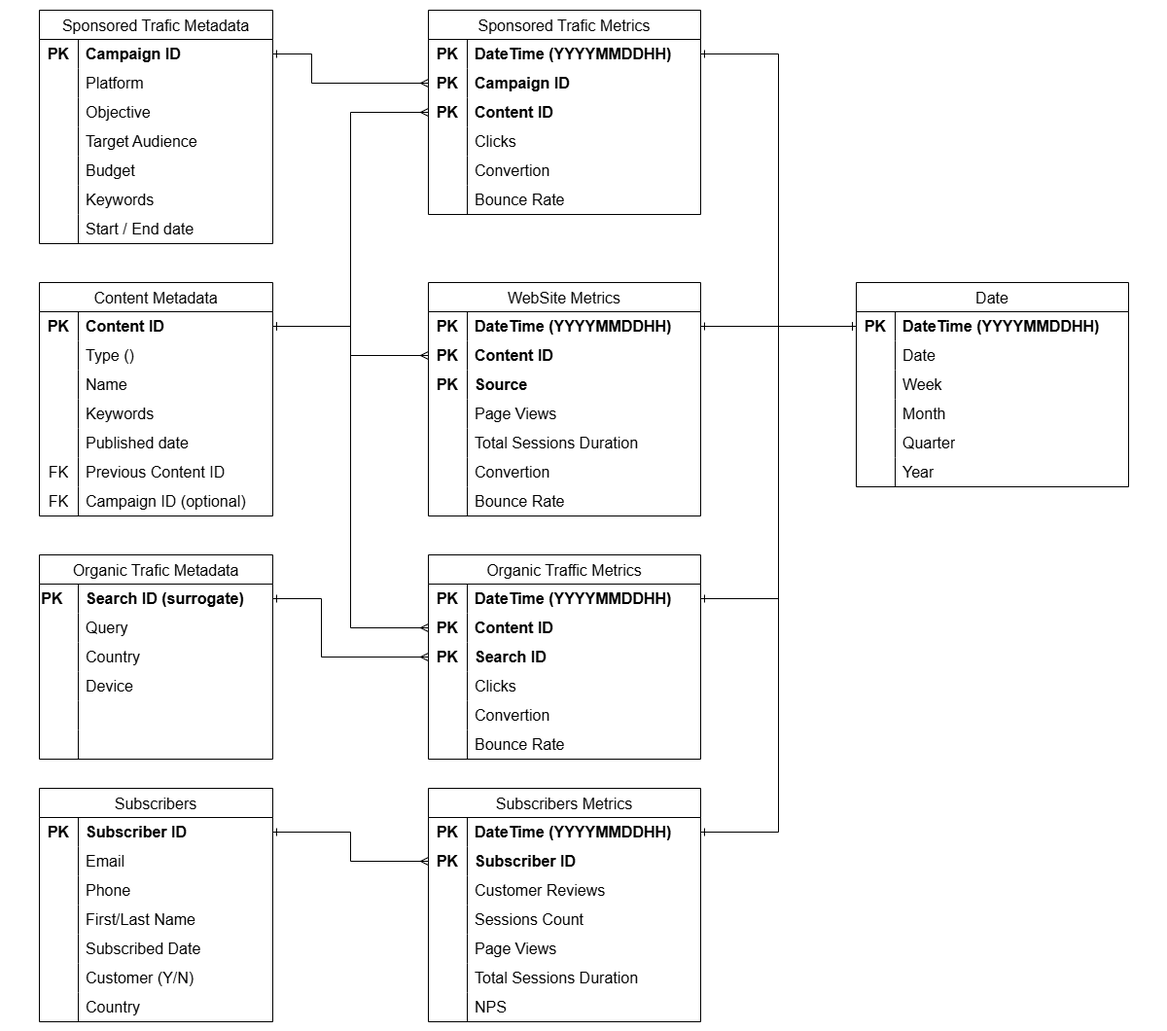
This is chapter-08/figure-8.11.drawio.png from software-architecture-guild/modeling-software-architecture, a draw.io export, as it was before one commit. Source tidied: cells renumbered, new cells last; positions are measured from the earlier drawing's top-left corner, leaving out a move shared by most shapes.
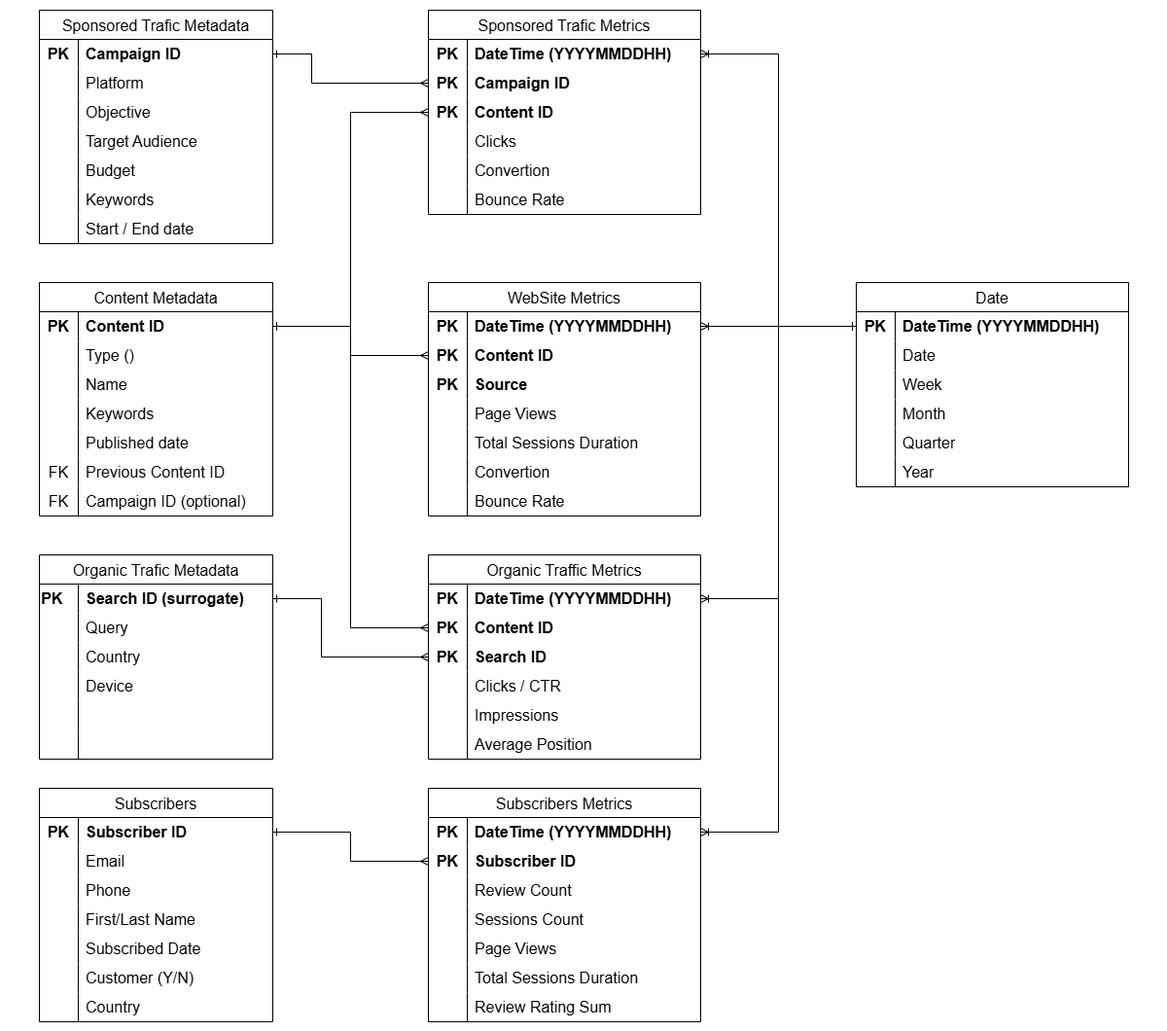
Later version of the same file.

Change to the diagram source:
```diff
@@ -155,7 +155,7 @@
     <mxCell id="52" style="shape=partialRectangle;html=1;whiteSpace=wrap;fillColor=none;top=0;left=0;bottom=0;right=0;overflow=hidden;strokeColor=inherit;fontSize=16;" parent="51" vertex="1">
       <mxGeometry width="40" height="30" as="geometry" />
     </mxCell>
-    <mxCell id="53" value="Customer Reviews" style="shape=partialRectangle;html=1;whiteSpace=wrap;fillColor=none;top=0;left=0;bottom=0;right=0;align=left;spacingLeft=6;overflow=hidden;strokeColor=inherit;fontSize=16;" parent="51" vertex="1">
+    <mxCell id="53" value="Review Count" style="shape=partialRectangle;html=1;whiteSpace=wrap;fillColor=none;top=0;left=0;bottom=0;right=0;align=left;spacingLeft=6;overflow=hidden;strokeColor=inherit;fontSize=16;" parent="51" vertex="1">
       <mxGeometry x="40" width="240" height="30" as="geometry" />
     </mxCell>
     <mxCell id="54" style="shape=tableRow;horizontal=0;startSize=0;swimlaneHead=0;swimlaneBody=0;top=0;left=0;bottom=0;right=0;fillColor=none;strokeColor=inherit;fontSize=16;" parent="44" vertex="1">
@@ -191,7 +191,7 @@
     <mxCell id="64" style="shape=partialRectangle;html=1;whiteSpace=wrap;fillColor=none;top=0;left=0;bottom=0;right=0;overflow=hidden;strokeColor=inherit;fontSize=16;" parent="63" vertex="1">
       <mxGeometry width="40" height="30" as="geometry" />
     </mxCell>
-    <mxCell id="65" value="NPS" style="shape=partialRectangle;html=1;whiteSpace=wrap;fillColor=none;top=0;left=0;bottom=0;right=0;align=left;spacingLeft=6;overflow=hidden;strokeColor=inherit;fontSize=16;" parent="63" vertex="1">
+    <mxCell id="65" value="Review Rating Sum" style="shape=partialRectangle;html=1;whiteSpace=wrap;fillColor=none;top=0;left=0;bottom=0;right=0;align=left;spacingLeft=6;overflow=hidden;strokeColor=inherit;fontSize=16;" parent="63" vertex="1">
       <mxGeometry x="40" width="240" height="30" as="geometry" />
     </mxCell>
     <mxCell id="66" value="Date" style="shape=table;startSize=30;rowLines=0;fontStyle=0;strokeColor=default;fontSize=16;" parent="1" vertex="1">
@@ -419,7 +419,7 @@
     <mxCell id="140" style="shape=partialRectangle;html=1;whiteSpace=wrap;fillColor=none;top=0;left=0;bottom=0;right=0;overflow=hidden;strokeColor=inherit;fontSize=16;" parent="139" vertex="1">
       <mxGeometry width="40" height="30" as="geometry" />
     </mxCell>
-    <mxCell id="141" value="Clicks" style="shape=partialRectangle;html=1;whiteSpace=wrap;fillColor=none;top=0;left=0;bottom=0;right=0;align=left;spacingLeft=6;overflow=hidden;strokeColor=inherit;fontSize=16;" parent="139" vertex="1">
+    <mxCell id="141" value="Clicks /&amp;nbsp;CTR" style="shape=partialRectangle;html=1;whiteSpace=wrap;fillColor=none;top=0;left=0;bottom=0;right=0;align=left;spacingLeft=6;overflow=hidden;strokeColor=inherit;fontSize=16;" parent="139" vertex="1">
       <mxGeometry x="40" width="240" height="30" as="geometry" />
     </mxCell>
     <mxCell id="142" style="shape=tableRow;horizontal=0;startSize=0;swimlaneHead=0;swimlaneBody=0;top=0;left=0;bottom=0;right=0;fillColor=none;strokeColor=inherit;fontSize=16;" parent="129" vertex="1">
@@ -428,7 +428,7 @@
     <mxCell id="143" style="shape=partialRectangle;html=1;whiteSpace=wrap;fillColor=none;top=0;left=0;bottom=0;right=0;overflow=hidden;strokeColor=inherit;fontSize=16;" parent="142" vertex="1">
       <mxGeometry width="40" height="30" as="geometry" />
     </mxCell>
-    <mxCell id="144" value="Convertion" style="shape=partialRectangle;html=1;whiteSpace=wrap;fillColor=none;top=0;left=0;bottom=0;right=0;align=left;spacingLeft=6;overflow=hidden;strokeColor=inherit;fontSize=16;" parent="142" vertex="1">
+    <mxCell id="144" value="Impressions" style="shape=partialRectangle;html=1;whiteSpace=wrap;fillColor=none;top=0;left=0;bottom=0;right=0;align=left;spacingLeft=6;overflow=hidden;strokeColor=inherit;fontSize=16;" parent="142" vertex="1">
       <mxGeometry x="40" width="240" height="30" as="geometry" />
     </mxCell>
     <mxCell id="145" style="shape=tableRow;horizontal=0;startSize=0;swimlaneHead=0;swimlaneBody=0;top=0;left=0;bottom=0;right=0;fillColor=none;strokeColor=inherit;fontSize=16;" parent="129" vertex="1">
@@ -437,7 +437,7 @@
     <mxCell id="146" style="shape=partialRectangle;html=1;whiteSpace=wrap;fillColor=none;top=0;left=0;bottom=0;right=0;overflow=hidden;strokeColor=inherit;fontSize=16;" parent="145" vertex="1">
       <mxGeometry width="40" height="30" as="geometry" />
     </mxCell>
-    <mxCell id="147" value="Bounce Rate" style="shape=partialRectangle;html=1;whiteSpace=wrap;fillColor=none;top=0;left=0;bottom=0;right=0;align=left;spacingLeft=6;overflow=hidden;strokeColor=inherit;fontSize=16;" parent="145" vertex="1">
+    <mxCell id="147" value="Average Position" style="shape=partialRectangle;html=1;whiteSpace=wrap;fillColor=none;top=0;left=0;bottom=0;right=0;align=left;spacingLeft=6;overflow=hidden;strokeColor=inherit;fontSize=16;" parent="145" vertex="1">
       <mxGeometry x="40" width="240" height="30" as="geometry" />
     </mxCell>
     <mxCell id="148" value="Organic Trafic Metadata" style="shape=table;startSize=30;rowLines=0;fontStyle=0;strokeColor=default;fontSize=16;" parent="1" vertex="1">
@@ -596,16 +596,16 @@
     <mxCell id="194" style="edgeStyle=orthogonalEdgeStyle;rounded=0;jettySize=auto;html=1;exitX=1;exitY=0.5;exitDx=0;exitDy=0;entryX=0;entryY=0.5;entryDx=0;entryDy=0;startArrow=ERone;startFill=0;endArrow=ERmany;endFill=0;" parent="1" edge="1" source="168" target="48">
       <mxGeometry relative="1" as="geometry" />
     </mxCell>
-    <mxCell id="195" style="edgeStyle=orthogonalEdgeStyle;rounded=0;jettySize=auto;html=1;exitX=1;exitY=0.5;exitDx=0;exitDy=0;entryX=0;entryY=0.5;entryDx=0;entryDy=0;startArrow=ERone;startFill=0;endArrow=ERone;endFill=0;" parent="1" edge="1" source="26" target="67">
+    <mxCell id="195" style="edgeStyle=orthogonalEdgeStyle;rounded=0;jettySize=auto;html=1;exitX=1;exitY=0.5;exitDx=0;exitDy=0;entryX=0;entryY=0.5;entryDx=0;entryDy=0;startArrow=ERoneToMany;startFill=0;endArrow=ERone;endFill=0;" parent="1" edge="1" source="26" target="67">
       <mxGeometry relative="1" as="geometry" />
     </mxCell>
-    <mxCell id="196" style="edgeStyle=orthogonalEdgeStyle;rounded=0;jettySize=auto;html=1;exitX=1;exitY=0.5;exitDx=0;exitDy=0;entryX=0;entryY=0.5;entryDx=0;entryDy=0;startArrow=ERone;startFill=0;endArrow=ERone;endFill=0;" parent="1" edge="1" source="4" target="67">
+    <mxCell id="196" style="edgeStyle=orthogonalEdgeStyle;rounded=0;jettySize=auto;html=1;exitX=1;exitY=0.5;exitDx=0;exitDy=0;entryX=0;entryY=0.5;entryDx=0;entryDy=0;startArrow=ERoneToMany;startFill=0;endArrow=ERone;endFill=0;" parent="1" edge="1" source="4" target="67">
       <mxGeometry relative="1" as="geometry" />
     </mxCell>
-    <mxCell id="197" style="edgeStyle=orthogonalEdgeStyle;rounded=0;jettySize=auto;html=1;exitX=1;exitY=0.5;exitDx=0;exitDy=0;entryX=0;entryY=0.5;entryDx=0;entryDy=0;startArrow=ERone;startFill=0;endArrow=ERone;endFill=0;" parent="1" edge="1" source="130" target="67">
+    <mxCell id="197" style="edgeStyle=orthogonalEdgeStyle;rounded=0;jettySize=auto;html=1;exitX=1;exitY=0.5;exitDx=0;exitDy=0;entryX=0;entryY=0.5;entryDx=0;entryDy=0;startArrow=ERoneToMany;startFill=0;endArrow=ERone;endFill=0;" parent="1" edge="1" source="130" target="67">
       <mxGeometry relative="1" as="geometry" />
     </mxCell>
-    <mxCell id="198" style="edgeStyle=orthogonalEdgeStyle;rounded=0;jettySize=auto;html=1;exitX=1;exitY=0.5;exitDx=0;exitDy=0;entryX=0;entryY=0.5;entryDx=0;entryDy=0;startArrow=ERone;startFill=0;endArrow=ERone;endFill=0;" parent="1" edge="1" source="45" target="67">
+    <mxCell id="198" style="edgeStyle=orthogonalEdgeStyle;rounded=0;jettySize=auto;html=1;exitX=1;exitY=0.5;exitDx=0;exitDy=0;entryX=0;entryY=0.5;entryDx=0;entryDy=0;startArrow=ERoneToMany;startFill=0;endArrow=ERone;endFill=0;" parent="1" edge="1" source="45" target="67">
       <mxGeometry relative="1" as="geometry" />
     </mxCell>
   </root>
```
